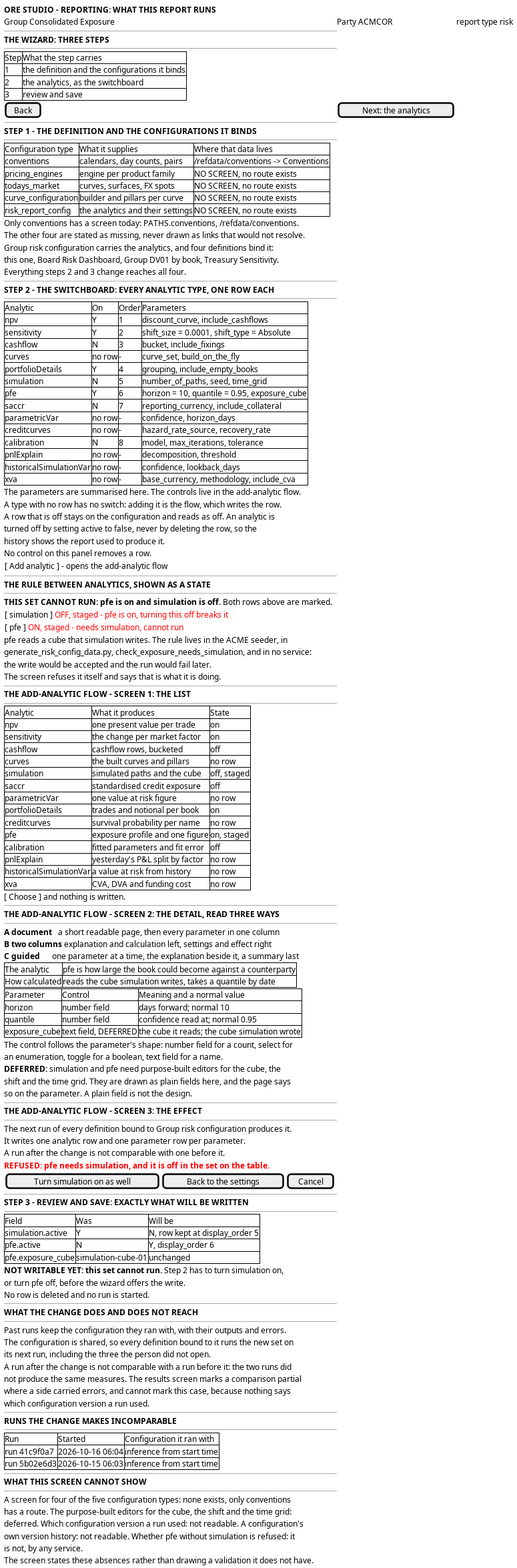
OreStudio/OreStudio keeps this PlantUML diagram as doc/knowledge/journeys/reporting/wireframe_change_what_a_report_runs.png. Above is the earlier version. Its source is kept beside it as doc/knowledge/journeys/reporting/wireframe_change_what_a_report_runs.puml.
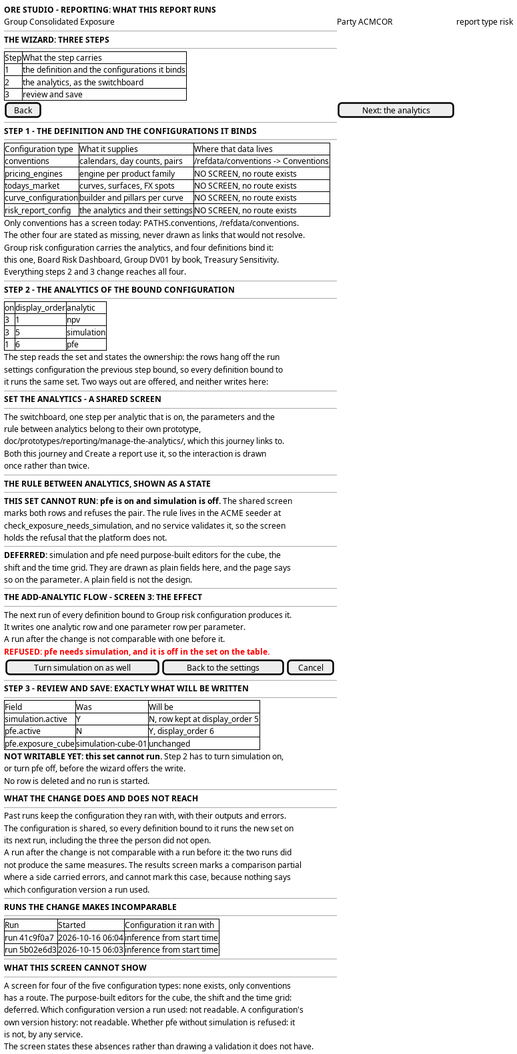
After the commit.

Diff of the diagram source:
```diff
@@ -31,85 +31,33 @@
   this one, Board Risk Dashboard, Group DV01 by book, Treasury Sensitivity.
   Everything steps 2 and 3 change reaches all four.
   --
-  <b>STEP 2 - THE SWITCHBOARD: EVERY ANALYTIC TYPE, ONE ROW EACH</b>
+  <b>STEP 2 - THE ANALYTICS OF THE BOUND CONFIGURATION</b>
   --
   {#
-    Analytic | On | Order | Parameters
-    npv | Y | 1 | discount_curve, include_cashflows
-    sensitivity | Y | 2 | shift_size = 0.0001, shift_type = Absolute
-    cashflow | N | 3 | bucket, include_fixings
-    curves | no row | - | curve_set, build_on_the_fly
-    portfolioDetails | Y | 4 | grouping, include_empty_books
-    simulation | N | 5 | number_of_paths, seed, time_grid
-    pfe | Y | 6 | horizon = 10, quantile = 0.95, exposure_cube
-    saccr | N | 7 | reporting_currency, include_collateral
-    parametricVar | no row | - | confidence, horizon_days
-    creditcurves | no row | - | hazard_rate_source, recovery_rate
-    calibration | N | 8 | model, max_iterations, tolerance
-    pnlExplain | no row | - | decomposition, threshold
-    historicalSimulationVar | no row | - | confidence, lookback_days
-    xva | no row | - | base_currency, methodology, include_cva
+    on | display_order | analytic
+    3  | 1 | npv
+    3  | 5 | simulation
+    1  | 6 | pfe
   }
-  The parameters are summarised here. The controls live in the add-analytic flow.
-  A type with no row has no switch: adding it is the flow, which writes the row.
-  A row that is off stays on the configuration and reads as off. An analytic is
-  turned off by setting active to false, never by deleting the row, so the
-  history shows the report used to produce it.
-  No control on this panel removes a row.
-  {
-    [ Add analytic ] - opens the add-analytic flow
-  }
+  The step reads the set and states the ownership: the rows hang off the run
+  settings configuration the previous step bound, so every definition bound to
+  it runs the same set. Two ways out are offered, and neither writes here:
+  --
+  <b>SET THE ANALYTICS - A SHARED SCREEN</b>
+  --
+  The switchboard, one step per analytic that is on, the parameters and the
+  rule between analytics belong to their own prototype,
+  doc/prototypes/reporting/manage-the-analytics/, which this journey links to.
+  Both this journey and Create a report use it, so the interaction is drawn
+  once rather than twice.
   --
   <b>THE RULE BETWEEN ANALYTICS, SHOWN AS A STATE</b>
   --
-  <b>THIS SET CANNOT RUN: pfe is on and simulation is off.</b> Both rows above are marked.
-  {
-    [ simulation ] <color:red>OFF, staged - pfe is on, turning this off breaks it</color>
-    [ pfe ] <color:red>ON, staged - needs simulation, cannot run</color>
-  }
-  pfe reads a cube that simulation writes. The rule lives in the ACME seeder, in
-  generate_risk_config_data.py, check_exposure_needs_simulation, and in no service:
-  the write would be accepted and the run would fail later.
-  The screen refuses it itself and says that is what it is doing.
+  <b>THIS SET CANNOT RUN: pfe is on and simulation is off.</b> The shared screen
+  marks both rows and refuses the pair. The rule lives in the ACME seeder at
+  check_exposure_needs_simulation, and no service validates it, so the screen
+  holds the refusal that the platform does not.
   --
-  <b>THE ADD-ANALYTIC FLOW - SCREEN 1: THE LIST</b>
-  --
-  {#
-    Analytic | What it produces | State
-    npv | one present value per trade | on
-    sensitivity | the change per market factor | on
-    cashflow | cashflow rows, bucketed | off
-    curves | the built curves and pillars | no row
-    simulation | simulated paths and the cube | off, staged
-    saccr | standardised credit exposure | off
-    parametricVar | one value at risk figure | no row
-    portfolioDetails | trades and notional per book | on
-    creditcurves | survival probability per name | no row
-    pfe | exposure profile and one figure | on, staged
-    calibration | fitted parameters and fit error | off
-    pnlExplain | yesterday's P&L split by factor | no row
-    historicalSimulationVar | a value at risk from history | no row
-    xva | CVA, DVA and funding cost | no row
-  }
-  [ Choose ] and nothing is written.
-  --
-  <b>THE ADD-ANALYTIC FLOW - SCREEN 2: THE DETAIL, READ THREE WAYS</b>
-  --
-  <b>A document</b>   a short readable page, then every parameter in one column
-  <b>B two columns</b> explanation and calculation left, settings and effect right
-  <b>C guided</b>      one parameter at a time, the explanation beside it, a summary last
-  {#
-    The analytic | pfe is how large the book could become against a counterparty
-    How calculated | reads the cube simulation writes, takes a quantile by date
-  }
-  {#
-    Parameter | Control | Meaning and a normal value
-    horizon | number field | days forward; normal 10
-    quantile | number field | confidence read at; normal 0.95
-    exposure_cube | text field, DEFERRED | the cube it reads; the cube simulation wrote
-  }
-  The control follows the parameter's shape: number field for a count, select for
-  an enumeration, toggle for a boolean, text field for a name.
   <b>DEFERRED:</b> simulation and pfe need purpose-built editors for the cube, the
   shift and the time grid. They are drawn as plain fields here, and the page says
   so on the parameter. A plain field is not the design.
```
